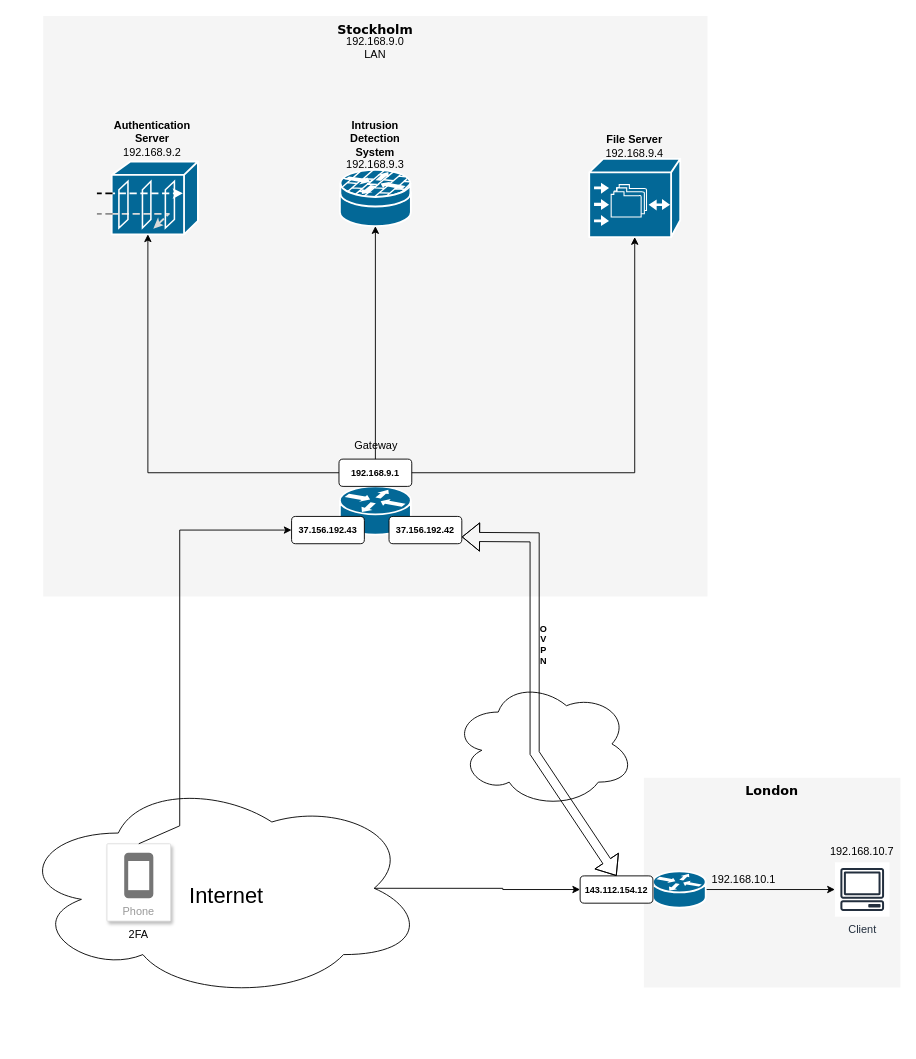
Above: Diagrams/Copy of Untitled Diagram.drawio in emilstahl97/Building-Networked-Systems-Security-EP2520 (draw.io), before the change. Source tidied: cells renumbered, new cells numbered last; positions are measured from the earlier drawing's top-left corner, leaving out a move shared by most shapes. Both pictures are drawn from the tidied source at 91%, with x=0, y=0 at pixel (15, 15).
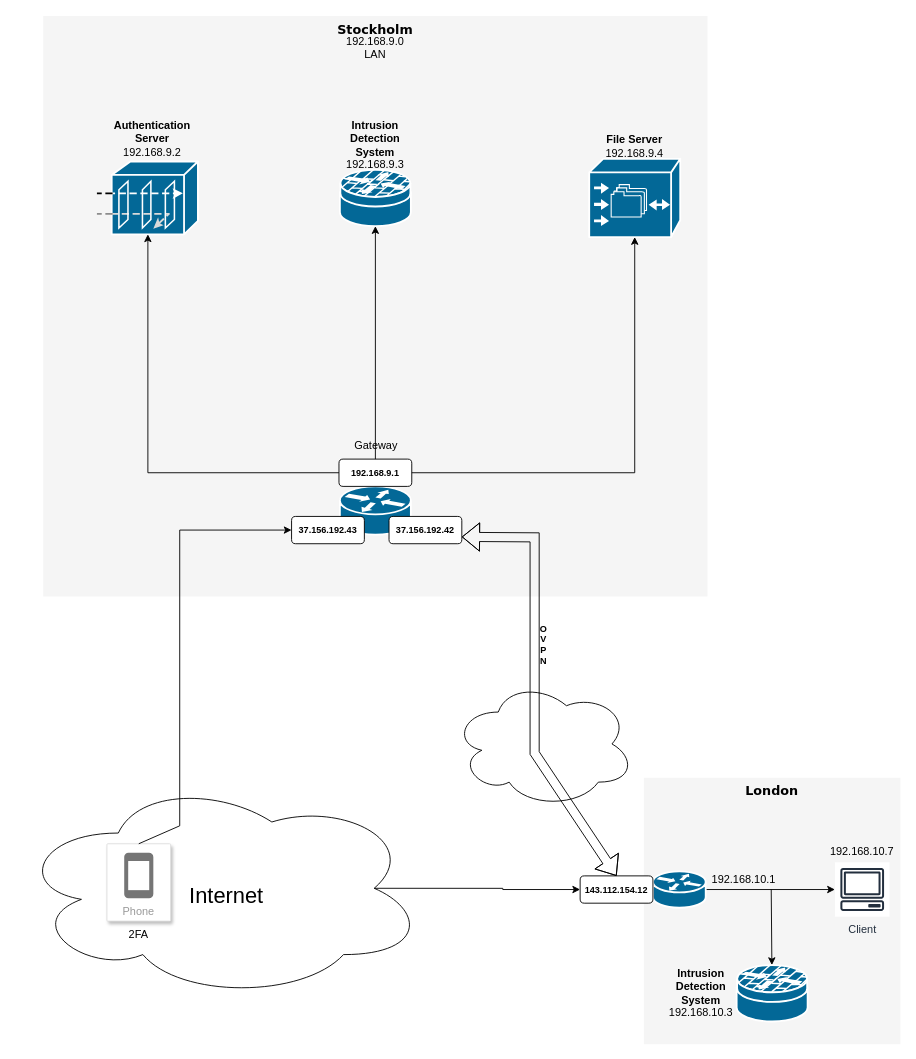
Above is the later version.

What changed in the source:
```diff
@@
     <mxCell id="5" value="London" style="whiteSpace=wrap;html=1;rounded=0;shadow=0;comic=0;strokeWidth=1;fontFamily=Verdana;fontSize=14;fillColor=#f5f5f5;strokeColor=none;fontStyle=1;verticalAlign=top;" parent="1" vertex="1">
-      <mxGeometry x="690" y="837.2" width="282" height="230.5" as="geometry" />
+      <mxGeometry x="690" y="837.2" width="282" height="292.8" as="geometry" />
     </mxCell>
@@
+    <mxCell id="42" style="shape=mxgraph.cisco.security.router_firewall;sketch=0;html=1;dashed=0;fillColor=#036897;strokeColor=#ffffff;strokeWidth=2;verticalLabelPosition=bottom;verticalAlign=top;align=center;outlineConnect=0;fontSize=24;" parent="1" vertex="1">
+      <mxGeometry x="792" y="1043" width="78" height="62" as="geometry" />
+    </mxCell>
+    <mxCell id="43" value="&lt;b&gt;Intrusion Detection&lt;br&gt;System&lt;/b&gt;&lt;br&gt;&lt;div&gt;192.168.10.3&lt;/div&gt;" style="text;html=1;strokeColor=none;fillColor=none;align=center;verticalAlign=middle;whiteSpace=wrap;rounded=0;" parent="1" vertex="1">
+      <mxGeometry x="710" y="1058.5" width="86" height="31" as="geometry" />
+    </mxCell>
+    <mxCell id="44" style="endArrow=classic;html=1;rounded=0;" parent="1" edge="1" target="42">
+      <mxGeometry relative="1" as="geometry">
+        <mxPoint x="830" y="960" as="sourcePoint" />
+        <Array as="points">
+          <mxPoint x="830" y="960" />
+        </Array>
+      </mxGeometry>
+    </mxCell>
```
